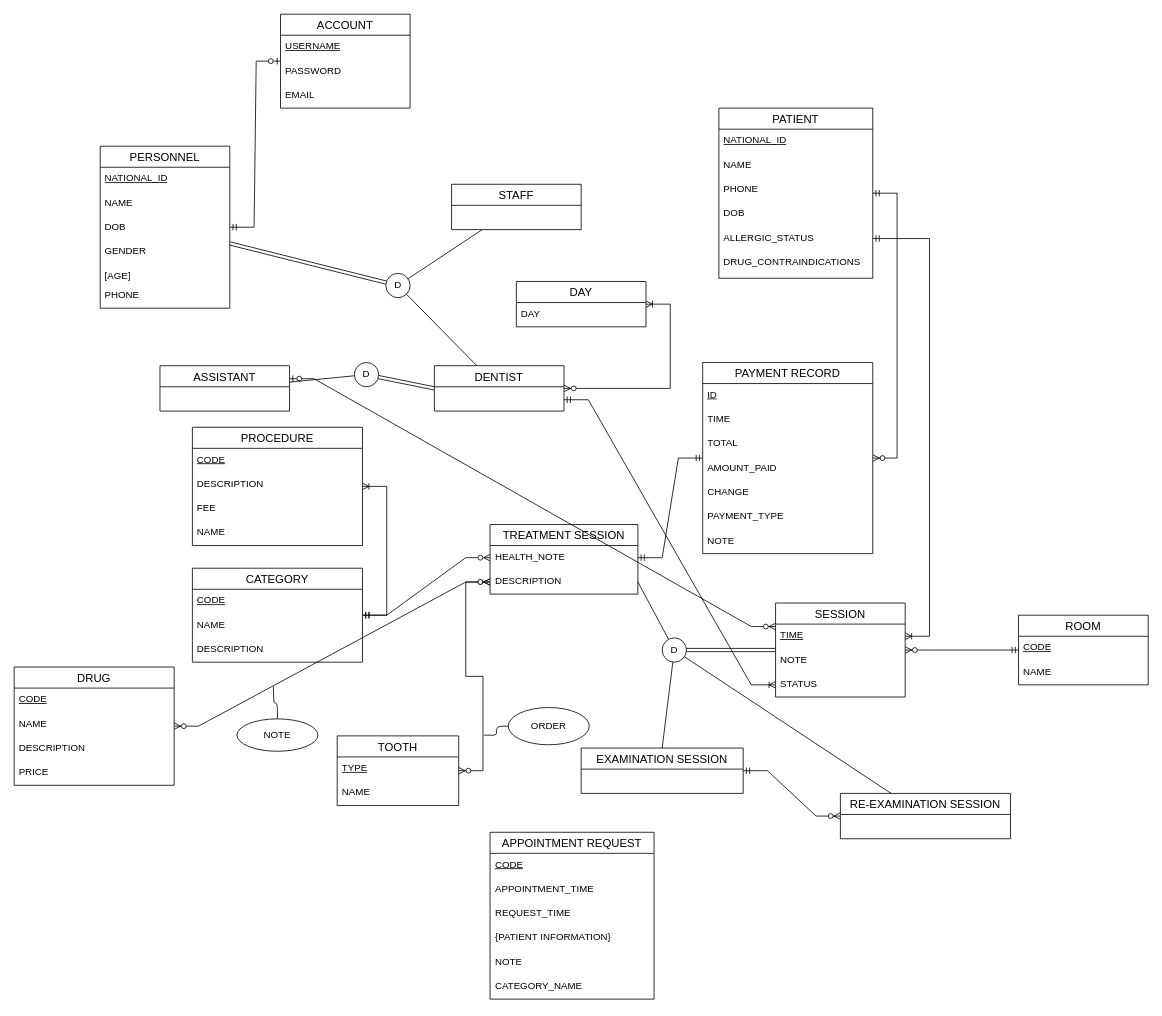
nibtr/clinic-db keeps this draw.io diagram as diagrams/conceptual-diagram.drawio. Above is the earlier version. Source tidied: cells renumbered, new cells numbered last; positions are measured from the earlier drawing's top-left corner, leaving out a move shared by most shapes. Both pictures are drawn from the tidied source at 81%, with x=0, y=0 at pixel (14, 14).
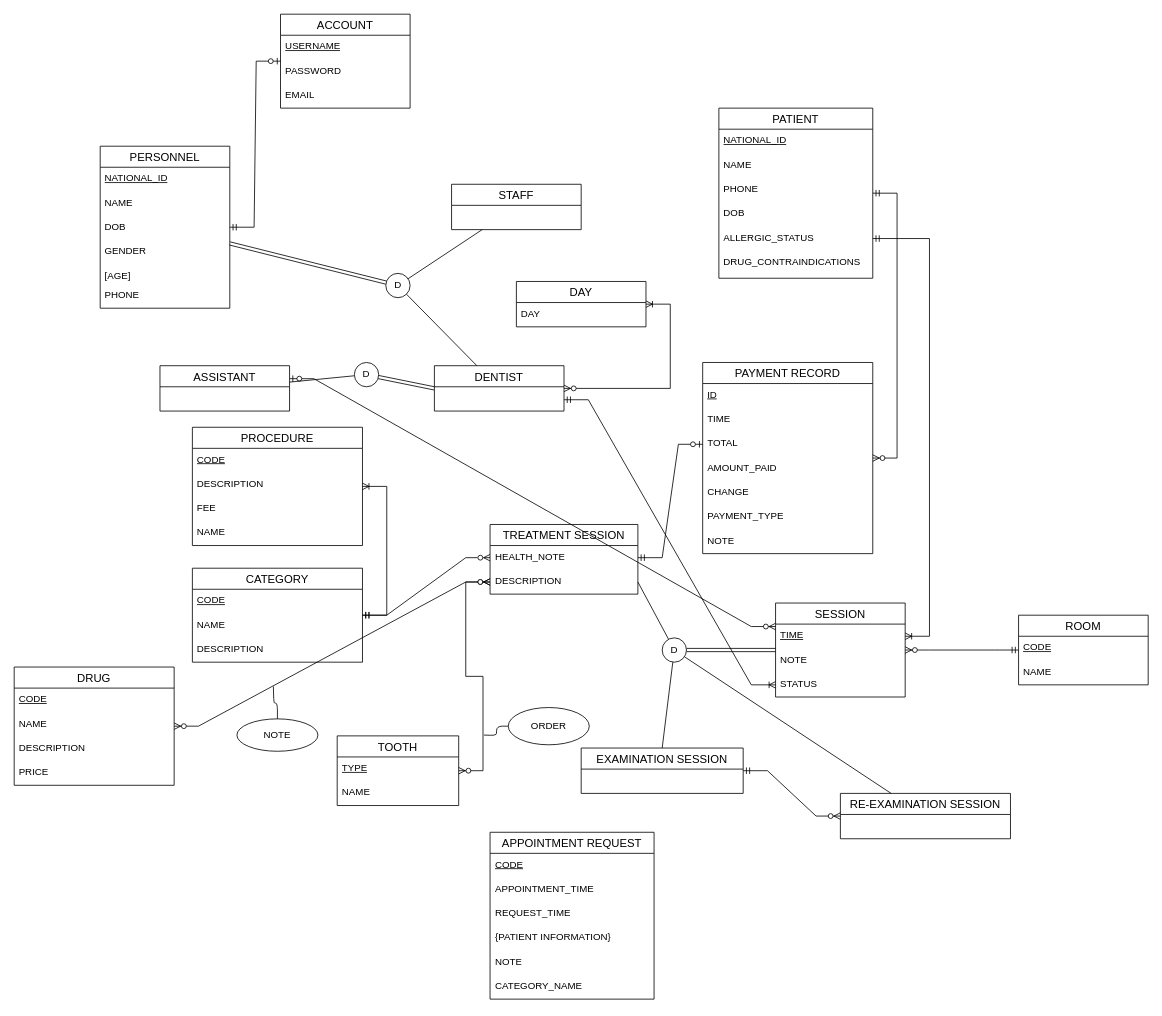
After the change.

Unchanged cells that the change refers to:
```xml
<mxCell id="13" value="PAYMENT RECORD" style="swimlane;fontStyle=0;horizontal=1;startSize=26;align=center;fontSize=14;" parent="1" vertex="1">
  <mxGeometry x="850" y="430" width="210" height="236" as="geometry" />
</mxCell>
<mxCell id="16" value="TOTAL" style="text;strokeColor=none;fillColor=none;spacingLeft=4;spacingRight=4;overflow=hidden;points=[[0,0.5],[1,0.5]];portConstraint=eastwest;fontSize=12;whiteSpace=wrap;html=1;" parent="13" vertex="1">
  <mxGeometry y="86" width="210" height="30" as="geometry" />
</mxCell>
<mxCell id="40" value="HEALTH_NOTE" style="text;strokeColor=none;fillColor=none;spacingLeft=4;spacingRight=4;overflow=hidden;points=[[0,0.5],[1,0.5]];portConstraint=eastwest;fontSize=12;whiteSpace=wrap;html=1;" parent="38" vertex="1">
  <mxGeometry y="26" width="182.5" height="30" as="geometry" />
</mxCell>
```

Diff of the diagram source:
```diff
@@
-    <mxCell id="66" style="edgeStyle=entityRelationEdgeStyle;fontSize=12;html=1;endArrow=ERmandOne;startArrow=ERmandOne;rounded=0;" parent="1" edge="1" source="40" target="13">
-      <mxGeometry relative="1" as="geometry" />
-    </mxCell>
@@
+    <mxCell id="98" style="edgeStyle=entityRelationEdgeStyle;fontSize=12;html=1;endArrow=ERzeroToOne;startArrow=ERmandOne;rounded=0;" parent="1" edge="1" source="40" target="16">
+      <mxGeometry relative="1" as="geometry" />
+    </mxCell>
```
